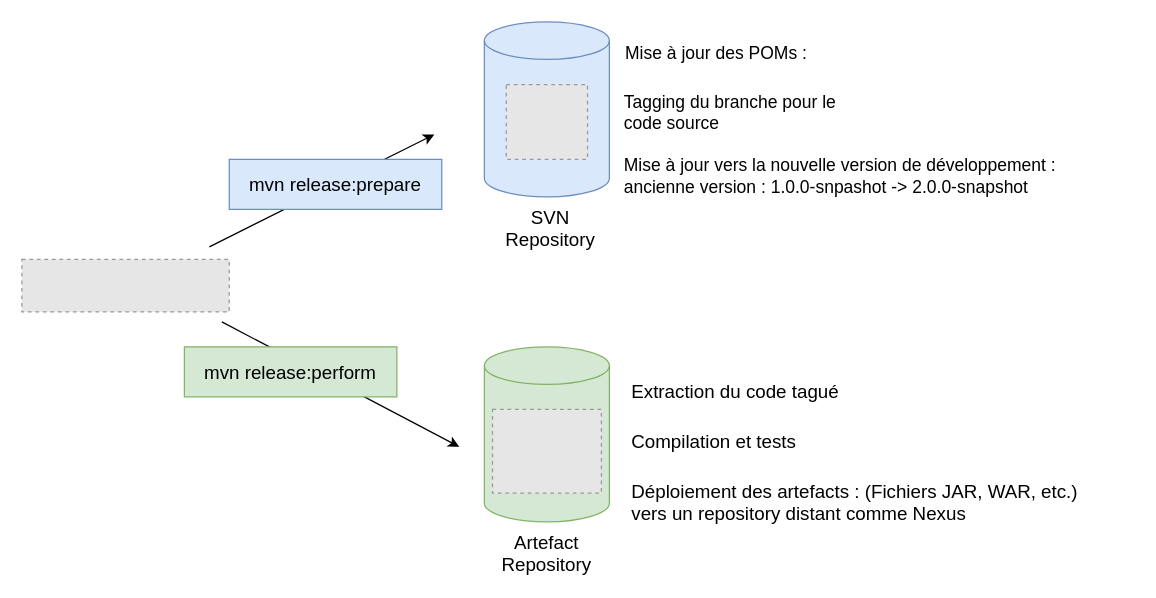
Above: page "Page-3" (3 of 3) of Diagramme sans nom.drawio in EmiraDga/animall (draw.io), before the change. Source tidied: cells renumbered, new cells numbered last; positions are measured from the earlier drawing's top-left corner, leaving out a move shared by most shapes. Both pictures are drawn from the tidied source at 125%, with x=0, y=0 at pixel (21, 21). Pictures stored in the file or linked from it are replaced by grey dashed boxes.
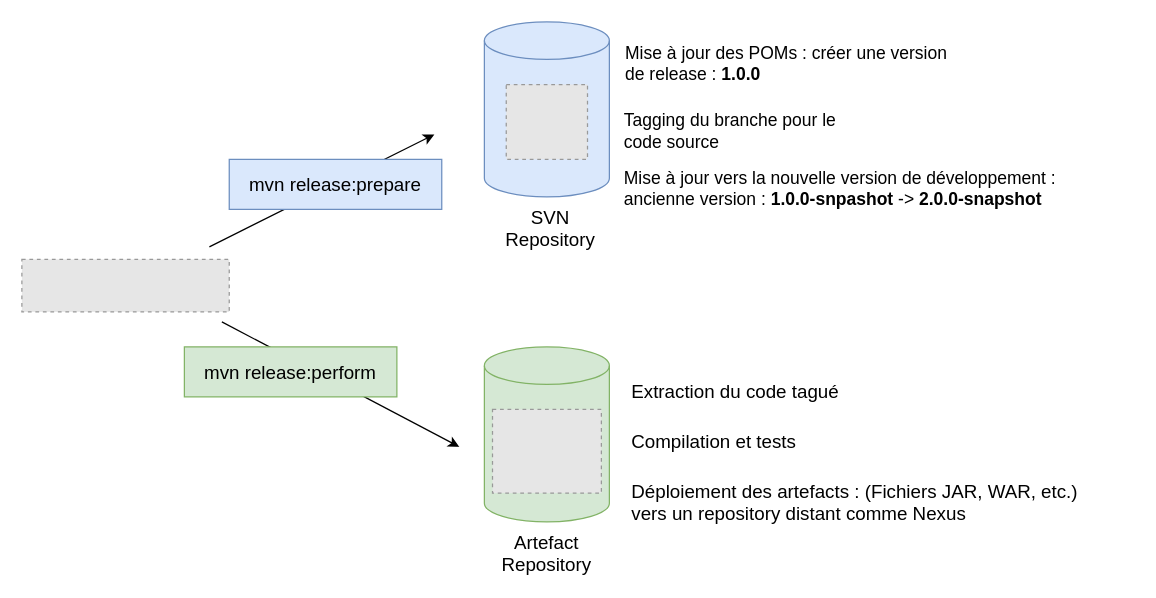
The same page after the edit.

Commit message:
Mettre à jour Diagramme sans nom.drawio

The edit, as a diff of the source:
```diff
@@
-    <mxCell id="9" value="Mise à jour des POMs :" style="text;whiteSpace=wrap;html=1;fontStyle=0;fontSize=14;" parent="1" vertex="1">
-      <mxGeometry x="481" y="10.1" width="150" height="40" as="geometry" />
+    <mxCell id="9" value="Mise à jour des POMs : créer une version de release : &lt;b&gt;1.0.0&lt;/b&gt;" style="text;whiteSpace=wrap;html=1;fontStyle=0;fontSize=14;" parent="1" vertex="1">
+      <mxGeometry x="481" y="10.1" width="269" height="40" as="geometry" />
     </mxCell>
     <mxCell id="10" value="&lt;p style=&quot;font-size: 14px;&quot;&gt;Tagging du branche pour le code source&lt;strong style=&quot;font-size: 14px;&quot;&gt;&lt;br style=&quot;font-size: 14px;&quot;&gt;&lt;/strong&gt;&lt;/p&gt;" style="text;whiteSpace=wrap;html=1;fontStyle=0;fontSize=14;" parent="1" vertex="1">
-      <mxGeometry x="480" y="35" width="180" height="90" as="geometry" />
+      <mxGeometry x="480" y="50" width="180" height="90" as="geometry" />
     </mxCell>
-    <mxCell id="11" value="Mise à jour vers la nouvelle version de développement :&lt;br style=&quot;font-size: 14px;&quot;&gt;ancienne version : 1.0.0-snpashot -&amp;gt; 2.0.0-snapshot&lt;div style=&quot;font-size: 14px;&quot;&gt;&lt;br style=&quot;font-size: 14px;&quot;&gt;&lt;/div&gt;" style="text;whiteSpace=wrap;html=1;fontStyle=0;fontSize=14;" parent="1" vertex="1">
-      <mxGeometry x="480" y="100" width="410" height="40" as="geometry" />
+    <mxCell id="11" value="Mise à jour vers la nouvelle version de développement :&lt;br style=&quot;font-size: 14px;&quot;&gt;ancienne version : &lt;b&gt;1.0.0-snpashot&lt;/b&gt; -&amp;gt; &lt;b&gt;2.0.0-snapshot&lt;/b&gt;&lt;div style=&quot;font-size: 14px;&quot;&gt;&lt;br style=&quot;font-size: 14px;&quot;&gt;&lt;/div&gt;" style="text;whiteSpace=wrap;html=1;fontStyle=0;fontSize=14;" parent="1" vertex="1">
+      <mxGeometry x="480" y="110" width="410" height="40" as="geometry" />
     </mxCell>
```
